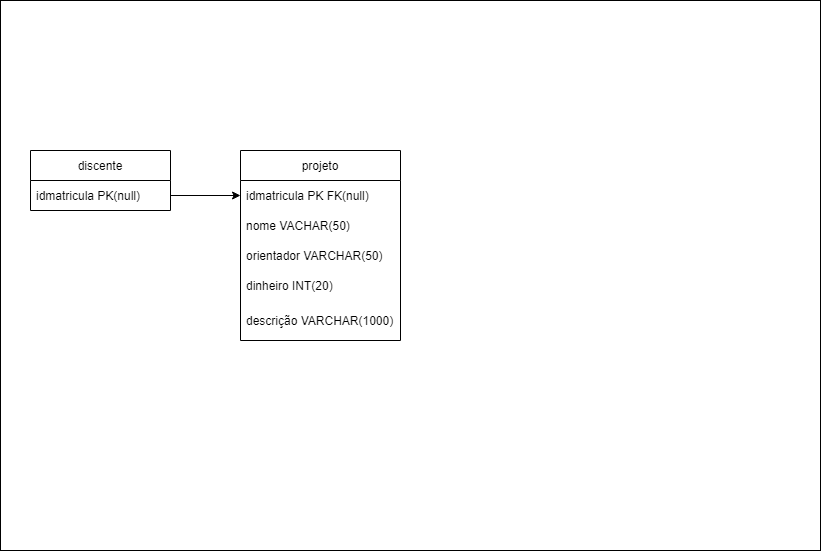
The draw.io diagram docs/professor/bancocadastrareeditarprojeto.png in JairC1999/SAPF, before a commit. Source tidied: cells renumbered, new cells last; positions are measured from the earlier drawing's top-left corner, leaving out a move shared by most shapes.
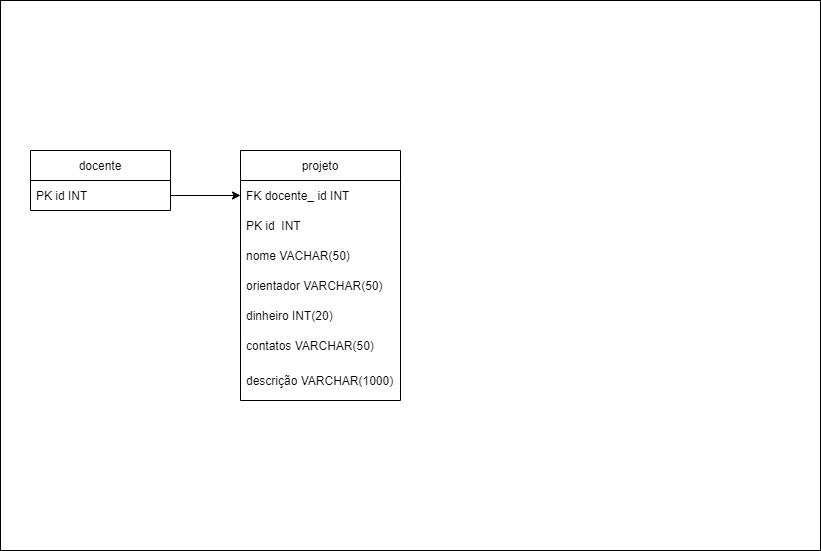
The same diagram one commit later.

Commit message:
Alterei o desenho. Deixei ele mais explicativo

Diff of the diagram source:
```diff
@@ -6,30 +6,36 @@
       <mxGeometry width="820" height="550" as="geometry" />
     </mxCell>
     <mxCell id="3" value="projeto" style="swimlane;fontStyle=0;horizontal=1;startSize=30;" parent="1" vertex="1">
-      <mxGeometry x="240" y="150" width="160" height="190" as="geometry" />
+      <mxGeometry x="240" y="150" width="160" height="250" as="geometry" />
     </mxCell>
-    <mxCell id="4" value="idmatricula PK FK(null)" style="text;strokeColor=none;fillColor=none;align=left;verticalAlign=middle;spacingLeft=4;spacingRight=4;overflow=hidden;points=[[0,0.5],[1,0.5]];portConstraint=eastwest;" parent="3" vertex="1">
+    <mxCell id="4" value="FK docente_ id INT  " style="text;strokeColor=none;fillColor=none;align=left;verticalAlign=middle;spacingLeft=4;spacingRight=4;overflow=hidden;points=[[0,0.5],[1,0.5]];portConstraint=eastwest;" parent="3" vertex="1">
       <mxGeometry y="30" width="160" height="30" as="geometry" />
     </mxCell>
+    <mxCell id="12" value="PK id  INT " style="text;strokeColor=none;fillColor=none;align=left;verticalAlign=middle;spacingLeft=4;spacingRight=4;overflow=hidden;" parent="3" vertex="1">
+      <mxGeometry y="60" width="160" height="30" as="geometry" />
+    </mxCell>
     <mxCell id="5" value="nome VACHAR(50)" style="text;strokeColor=none;fillColor=none;align=left;verticalAlign=middle;spacingLeft=4;spacingRight=4;overflow=hidden;" parent="3" vertex="1">
-      <mxGeometry y="60" width="160" height="30" as="geometry" />
+      <mxGeometry y="90" width="160" height="30" as="geometry" />
     </mxCell>
     <mxCell id="6" value="orientador VARCHAR(50)" style="text;strokeColor=none;fillColor=none;align=left;verticalAlign=middle;spacingLeft=4;spacingRight=4;overflow=hidden;" parent="3" vertex="1">
-      <mxGeometry y="90" width="160" height="30" as="geometry" />
+      <mxGeometry y="120" width="160" height="30" as="geometry" />
     </mxCell>
     <mxCell id="7" value="dinheiro INT(20)" style="text;strokeColor=none;fillColor=none;align=left;verticalAlign=middle;spacingLeft=4;spacingRight=4;overflow=hidden;" parent="3" vertex="1">
-      <mxGeometry y="120" width="160" height="30" as="geometry" />
+      <mxGeometry y="150" width="160" height="30" as="geometry" />
     </mxCell>
+    <mxCell id="13" value="contatos VARCHAR(50)" style="text;strokeColor=none;fillColor=none;align=left;verticalAlign=middle;spacingLeft=4;spacingRight=4;overflow=hidden;" parent="3" vertex="1">
+      <mxGeometry y="180" width="160" height="30" as="geometry" />
+    </mxCell>
     <mxCell id="8" value="descrição VARCHAR(1000)" style="text;strokeColor=none;fillColor=none;align=left;verticalAlign=middle;spacingLeft=4;spacingRight=4;overflow=hidden;" parent="3" vertex="1">
-      <mxGeometry y="150" width="160" height="40" as="geometry" />
+      <mxGeometry y="210" width="160" height="40" as="geometry" />
     </mxCell>
-    <mxCell id="9" value="discente" style="swimlane;fontStyle=0;horizontal=1;startSize=30;" parent="1" vertex="1">
+    <mxCell id="9" value="docente" style="swimlane;fontStyle=0;horizontal=1;startSize=30;" parent="1" vertex="1">
       <mxGeometry x="30" y="150" width="140" height="60" as="geometry" />
     </mxCell>
-    <mxCell id="10" value="idmatricula PK(null)" style="text;strokeColor=none;fillColor=none;align=left;verticalAlign=middle;spacingLeft=4;spacingRight=4;overflow=hidden;points=[[0,0.5],[1,0.5]];portConstraint=eastwest;" parent="9" vertex="1">
+    <mxCell id="10" value="PK id INT " style="text;strokeColor=none;fillColor=none;align=left;verticalAlign=middle;spacingLeft=4;spacingRight=4;overflow=hidden;points=[[0,0.5],[1,0.5]];portConstraint=eastwest;" parent="9" vertex="1">
       <mxGeometry y="30" width="140" height="30" as="geometry" />
     </mxCell>
-    <mxCell id="11" style="edgeStyle=none;html=1;entryX=0;entryY=0.5;entryDx=0;entryDy=0;" parent="1" edge="1" source="10" target="4">
+    <mxCell id="11" style="edgeStyle=none;html=1;entryX=0;entryY=0.5;entryDx=0;entryDy=0;exitX=1;exitY=0.5;exitDx=0;exitDy=0;" parent="1" edge="1" source="10" target="4">
       <mxGeometry relative="1" as="geometry" />
     </mxCell>
   </root>
```
